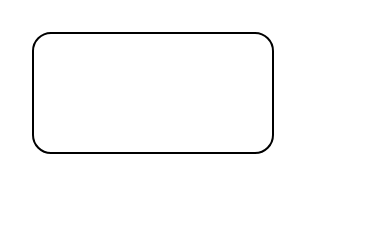
Misseva1988/LL keeps this draw.io diagram as 未命名绘图.drawio. Above is the earlier version. Source tidied: cells renumbered, new cells numbered last; positions are measured from the earlier drawing's top-left corner, leaving out a move shared by most shapes. Both pictures are drawn from the tidied source at 200%, with x=0, y=0 at pixel (32, 32).
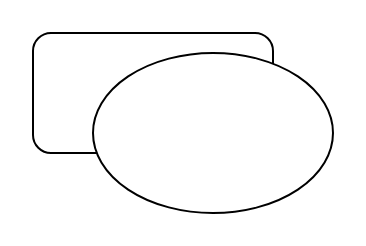
The same page after the edit.

Commit message (it also covers changes not shown here):
更新未命名绘图.drawio

What changed in the source:
```diff
@@
 <mxGraphModel>
   <root>
     <mxCell id="0" />
     <mxCell id="1" parent="0" />
     <mxCell id="2" style="rounded=1;whiteSpace=wrap;html=1;" parent="1" vertex="1">
       <mxGeometry width="120" height="60" as="geometry" />
     </mxCell>
+    <mxCell id="3" style="ellipse;whiteSpace=wrap;html=1;" parent="1" vertex="1">
+      <mxGeometry x="30" y="10" width="120" height="80" as="geometry" />
+    </mxCell>
   </root>
 </mxGraphModel>
```
